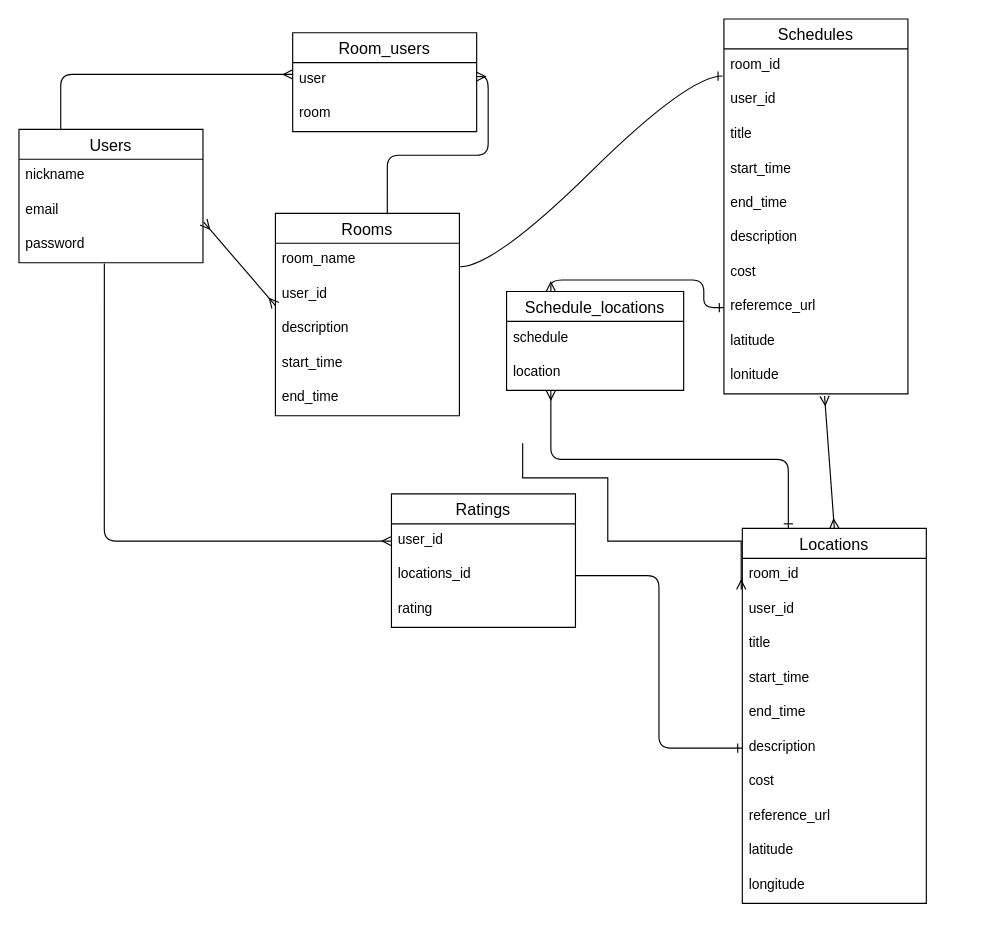
Before: er2.dio in m724tmy/ourtrip, a draw.io diagram. Source tidied: cells renumbered, new cells numbered last; positions are measured from the earlier drawing's top-left corner, leaving out a move shared by most shapes. Both pictures are drawn from the tidied source at 115%, with x=0, y=0 at pixel (18, 18).
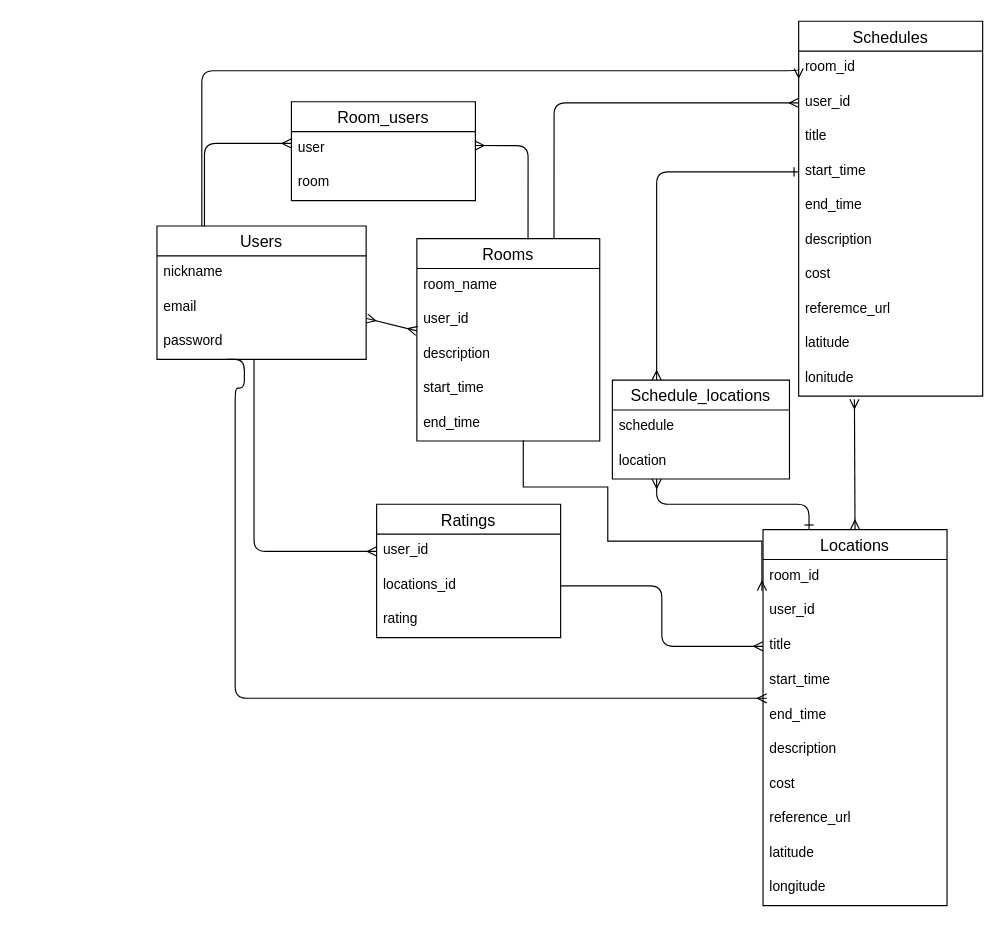
Above is the later version.

Unchanged cells that the change refers to:
```xml
<mxCell id="14" value="room_id" style="text;strokeColor=none;fillColor=none;spacingLeft=4;spacingRight=4;overflow=hidden;points=[[0,0.5],[1,0.5]];portConstraint=eastwest;fontSize=12;" parent="13" vertex="1">
  <mxGeometry y="26" width="160" height="30" as="geometry" />
</mxCell>
<mxCell id="25" value="room_id" style="text;strokeColor=none;fillColor=none;spacingLeft=4;spacingRight=4;overflow=hidden;points=[[0,0.5],[1,0.5]];portConstraint=eastwest;fontSize=12;" parent="24" vertex="1">
  <mxGeometry y="26" width="160" height="30" as="geometry" />
</mxCell>
<mxCell id="37" value="locations_id" style="text;strokeColor=none;fillColor=none;spacingLeft=4;spacingRight=4;overflow=hidden;points=[[0,0.5],[1,0.5]];portConstraint=eastwest;fontSize=12;" parent="35" vertex="1">
  <mxGeometry y="56" width="160" height="30" as="geometry" />
</mxCell>
```

What changed in the source:
```diff
@@
+    <mxCell id="23" style="edgeStyle=orthogonalEdgeStyle;html=1;exitX=0.25;exitY=0;exitDx=0;exitDy=0;entryX=0;entryY=0.5;entryDx=0;entryDy=0;endArrow=ERmany;endFill=0;" parent="1" edge="1" source="2" target="14">
+      <mxGeometry relative="1" as="geometry">
+        <Array as="points">
+          <mxPoint x="159" y="197" />
+          <mxPoint x="159" y="45" />
+        </Array>
+      </mxGeometry>
+    </mxCell>
     <mxCell id="2" value="Users" style="swimlane;fontStyle=0;horizontal=1;startSize=26;align=center;fontSize=14;" parent="1" vertex="1">
-      <mxGeometry y="96" width="160" height="116" as="geometry" />
+      <mxGeometry x="120" y="180" width="181.9" height="116" as="geometry" />
     </mxCell>
     <mxCell id="3" value="nickname&#10;" style="text;strokeColor=none;fillColor=none;spacingLeft=4;spacingRight=4;overflow=hidden;fontSize=12;" parent="2" vertex="1">
-      <mxGeometry y="26" width="160" height="30" as="geometry" />
+      <mxGeometry y="26" width="181.9" height="30" as="geometry" />
     </mxCell>
     <mxCell id="4" value="email" style="text;strokeColor=none;fillColor=none;spacingLeft=4;spacingRight=4;overflow=hidden;points=[[0,0.5],[1,0.5]];portConstraint=eastwest;fontSize=12;" parent="2" vertex="1">
-      <mxGeometry y="56" width="160" height="30" as="geometry" />
+      <mxGeometry y="56" width="181.9" height="30" as="geometry" />
     </mxCell>
     <mxCell id="5" value="password" style="text;strokeColor=none;fillColor=none;spacingLeft=4;spacingRight=4;overflow=hidden;points=[[0,0.5],[1,0.5]];portConstraint=eastwest;fontSize=12;" parent="2" vertex="1">
-      <mxGeometry y="86" width="160" height="30" as="geometry" />
+      <mxGeometry y="86" width="181.9" height="30" as="geometry" />
     </mxCell>
+    <mxCell id="55" style="edgeStyle=orthogonalEdgeStyle;html=1;exitX=0.75;exitY=0;exitDx=0;exitDy=0;endArrow=ERmany;endFill=0;" parent="1" edge="1" source="6" target="21">
+      <mxGeometry relative="1" as="geometry" />
+    </mxCell>
     <mxCell id="6" value="Rooms" style="swimlane;fontStyle=0;horizontal=1;startSize=26;align=center;fontSize=14;" parent="1" vertex="1">
-      <mxGeometry x="223" y="169" width="160" height="176" as="geometry" />
+      <mxGeometry x="346" y="191" width="159" height="176" as="geometry" />
     </mxCell>
     <mxCell id="7" value="room_name" style="text;strokeColor=none;fillColor=none;spacingLeft=4;spacingRight=4;overflow=hidden;points=[[0,0.5],[1,0.5]];portConstraint=eastwest;fontSize=12;" parent="6" vertex="1">
-      <mxGeometry y="26" width="160" height="30" as="geometry" />
+      <mxGeometry y="26" width="159" height="30" as="geometry" />
     </mxCell>
     <mxCell id="8" value="user_id" style="text;strokeColor=none;fillColor=none;spacingLeft=4;spacingRight=4;overflow=hidden;points=[[0,0.5],[1,0.5]];portConstraint=eastwest;fontSize=12;" parent="6" vertex="1">
-      <mxGeometry y="56" width="160" height="30" as="geometry" />
+      <mxGeometry y="56" width="159" height="30" as="geometry" />
     </mxCell>
     <mxCell id="9" value="description" style="text;strokeColor=none;fillColor=none;spacingLeft=4;spacingRight=4;overflow=hidden;fontSize=12;" parent="6" vertex="1">
-      <mxGeometry y="86" width="160" height="30" as="geometry" />
+      <mxGeometry y="86" width="159" height="30" as="geometry" />
     </mxCell>
-    <mxCell id="10" value="start_time" style="text;strokeColor=none;fillColor=none;spacingLeft=4;spacingRight=4;overflow=hidden;fontSize=12;" parent="6" vertex="1">
-      <mxGeometry y="116" width="160" height="30" as="geometry" />
-    </mxCell>
-    <mxCell id="11" value="end_time" style="text;strokeColor=none;fillColor=none;spacingLeft=4;spacingRight=4;overflow=hidden;fontSize=12;" parent="6" vertex="1">
-      <mxGeometry y="146" width="160" height="30" as="geometry" />
-    </mxCell>
+    <mxCell id="56" value="start_time" style="text;strokeColor=none;fillColor=none;spacingLeft=4;spacingRight=4;overflow=hidden;fontSize=12;" parent="6" vertex="1">
+      <mxGeometry y="116" width="159" height="30" as="geometry" />
+    </mxCell>
+    <mxCell id="57" value="end_time" style="text;strokeColor=none;fillColor=none;spacingLeft=4;spacingRight=4;overflow=hidden;points=[[0,0.5],[1,0.5]];portConstraint=eastwest;fontSize=12;" parent="6" vertex="1">
+      <mxGeometry y="146" width="159" height="30" as="geometry" />
+    </mxCell>
@@
     <mxCell id="13" value="Schedules" style="swimlane;fontStyle=0;horizontal=1;startSize=26;align=center;fontSize=14;" parent="1" vertex="1">
-      <mxGeometry x="613" width="160" height="326" as="geometry" />
+      <mxGeometry x="678" y="2" width="160" height="326" as="geometry" />
     </mxCell>
@@
-    <mxCell id="15" value="user_id" style="text;strokeColor=none;fillColor=none;spacingLeft=4;spacingRight=4;overflow=hidden;fontSize=12;" parent="13" vertex="1">
-      <mxGeometry y="56" width="160" height="30" as="geometry" />
-    </mxCell>
+    <mxCell id="21" value="user_id" style="text;strokeColor=none;fillColor=none;spacingLeft=4;spacingRight=4;overflow=hidden;points=[[0,0.5],[1,0.5]];portConstraint=eastwest;fontSize=12;" parent="13" vertex="1">
+      <mxGeometry y="56" width="160" height="30" as="geometry" />
+    </mxCell>
@@
+    <mxCell id="58" value="start_time" style="text;strokeColor=none;fillColor=none;spacingLeft=4;spacingRight=4;overflow=hidden;points=[[0,0.5],[1,0.5]];portConstraint=eastwest;fontSize=12;" parent="13" vertex="1">
+      <mxGeometry y="116" width="160" height="30" as="geometry" />
+    </mxCell>
+    <mxCell id="59" value="end_time" style="text;strokeColor=none;fillColor=none;spacingLeft=4;spacingRight=4;overflow=hidden;fontSize=12;" parent="13" vertex="1">
+      <mxGeometry y="146" width="160" height="30" as="geometry" />
+    </mxCell>
+    <mxCell id="19" value="description" style="text;strokeColor=none;fillColor=none;spacingLeft=4;spacingRight=4;overflow=hidden;fontSize=12;" parent="13" vertex="1">
+      <mxGeometry y="176" width="160" height="30" as="geometry" />
+    </mxCell>
-    <mxCell id="17" value="start_time" style="text;strokeColor=none;fillColor=none;spacingLeft=4;spacingRight=4;overflow=hidden;fontSize=12;" parent="13" vertex="1">
-      <mxGeometry y="116" width="160" height="30" as="geometry" />
+    <mxCell id="17" value="cost" style="text;strokeColor=none;fillColor=none;spacingLeft=4;spacingRight=4;overflow=hidden;fontSize=12;" parent="13" vertex="1">
+      <mxGeometry y="206" width="160" height="30" as="geometry" />
     </mxCell>
+    <mxCell id="60" value="referemce_url" style="text;strokeColor=none;fillColor=none;spacingLeft=4;spacingRight=4;overflow=hidden;fontSize=12;" parent="13" vertex="1">
+      <mxGeometry y="236" width="160" height="30" as="geometry" />
+    </mxCell>
-    <mxCell id="18" value="end_time" style="text;strokeColor=none;fillColor=none;spacingLeft=4;spacingRight=4;overflow=hidden;fontSize=12;" parent="13" vertex="1">
-      <mxGeometry y="146" width="160" height="30" as="geometry" />
+    <mxCell id="18" value="latitude" style="text;strokeColor=none;fillColor=none;spacingLeft=4;spacingRight=4;overflow=hidden;fontSize=12;" parent="13" vertex="1">
+      <mxGeometry y="266" width="160" height="30" as="geometry" />
     </mxCell>
-    <mxCell id="19" value="description" style="text;strokeColor=none;fillColor=none;spacingLeft=4;spacingRight=4;overflow=hidden;fontSize=12;" parent="13" vertex="1">
-      <mxGeometry y="176" width="160" height="30" as="geometry" />
-    </mxCell>
-    <mxCell id="20" value="cost" style="text;strokeColor=none;fillColor=none;spacingLeft=4;spacingRight=4;overflow=hidden;fontSize=12;" parent="13" vertex="1">
-      <mxGeometry y="206" width="160" height="30" as="geometry" />
-    </mxCell>
-    <mxCell id="21" value="referemce_url" style="text;strokeColor=none;fillColor=none;spacingLeft=4;spacingRight=4;overflow=hidden;points=[[0,0.5],[1,0.5]];portConstraint=eastwest;fontSize=12;" parent="13" vertex="1">
-      <mxGeometry y="236" width="160" height="30" as="geometry" />
-    </mxCell>
-    <mxCell id="22" value="latitude" style="text;strokeColor=none;fillColor=none;spacingLeft=4;spacingRight=4;overflow=hidden;fontSize=12;" parent="13" vertex="1">
-      <mxGeometry y="266" width="160" height="30" as="geometry" />
-    </mxCell>
-    <mxCell id="23" value="lonitude" style="text;strokeColor=none;fillColor=none;spacingLeft=4;spacingRight=4;overflow=hidden;points=[[0,0.5],[1,0.5]];portConstraint=eastwest;fontSize=12;" parent="13" vertex="1">
-      <mxGeometry y="296" width="160" height="30" as="geometry" />
-    </mxCell>
+    <mxCell id="61" value="lonitude" style="text;strokeColor=none;fillColor=none;spacingLeft=4;spacingRight=4;overflow=hidden;points=[[0,0.5],[1,0.5]];portConstraint=eastwest;fontSize=12;" parent="13" vertex="1">
+      <mxGeometry y="296" width="160" height="30" as="geometry" />
+    </mxCell>
     <mxCell id="24" value="Locations" style="swimlane;fontStyle=0;horizontal=1;startSize=26;align=center;fontSize=14;" parent="1" vertex="1">
-      <mxGeometry x="629" y="443" width="160" height="326" as="geometry" />
+      <mxGeometry x="647" y="444" width="160" height="327" as="geometry" />
     </mxCell>
@@
-    <mxCell id="26" value="user_id" style="text;strokeColor=none;fillColor=none;spacingLeft=4;spacingRight=4;overflow=hidden;fontSize=12;" parent="24" vertex="1">
-      <mxGeometry y="56" width="160" height="30" as="geometry" />
-    </mxCell>
+    <mxCell id="62" value="user_id" style="text;strokeColor=none;fillColor=none;spacingLeft=4;spacingRight=4;overflow=hidden;fontSize=12;" parent="24" vertex="1">
+      <mxGeometry y="56" width="160" height="30" as="geometry" />
+    </mxCell>
     <mxCell id="27" value="title" style="text;strokeColor=none;fillColor=none;spacingLeft=4;spacingRight=4;overflow=hidden;points=[[0,0.5],[1,0.5]];portConstraint=eastwest;fontSize=12;" parent="24" vertex="1">
-      <mxGeometry y="86" width="160" height="30" as="geometry" />
+      <mxGeometry y="86" width="160" height="31" as="geometry" />
     </mxCell>
-    <mxCell id="28" value="start_time" style="text;strokeColor=none;fillColor=none;spacingLeft=4;spacingRight=4;overflow=hidden;fontSize=12;" parent="24" vertex="1">
-      <mxGeometry y="116" width="160" height="30" as="geometry" />
-    </mxCell>
-    <mxCell id="29" value="end_time" style="text;strokeColor=none;fillColor=none;spacingLeft=4;spacingRight=4;overflow=hidden;fontSize=12;" parent="24" vertex="1">
-      <mxGeometry y="146" width="160" height="30" as="geometry" />
-    </mxCell>
+    <mxCell id="63" value="start_time" style="text;strokeColor=none;fillColor=none;spacingLeft=4;spacingRight=4;overflow=hidden;fontSize=12;" parent="24" vertex="1">
+      <mxGeometry y="117" width="160" height="30" as="geometry" />
+    </mxCell>
+    <mxCell id="64" value="end_time" style="text;strokeColor=none;fillColor=none;spacingLeft=4;spacingRight=4;overflow=hidden;points=[[0,0.5],[1,0.5]];portConstraint=eastwest;fontSize=12;" parent="24" vertex="1">
+      <mxGeometry y="147" width="160" height="30" as="geometry" />
+    </mxCell>
     <mxCell id="30" value="description" style="text;strokeColor=none;fillColor=none;spacingLeft=4;spacingRight=4;overflow=hidden;points=[[0,0.5],[1,0.5]];portConstraint=eastwest;fontSize=12;" parent="24" vertex="1">
-      <mxGeometry y="176" width="160" height="30" as="geometry" />
+      <mxGeometry y="177" width="160" height="30" as="geometry" />
     </mxCell>
-    <mxCell id="31" value="cost" style="text;strokeColor=none;fillColor=none;spacingLeft=4;spacingRight=4;overflow=hidden;fontSize=12;" parent="24" vertex="1">
-      <mxGeometry y="206" width="160" height="30" as="geometry" />
-    </mxCell>
+    <mxCell id="65" value="cost" style="text;strokeColor=none;fillColor=none;spacingLeft=4;spacingRight=4;overflow=hidden;fontSize=12;" parent="24" vertex="1">
+      <mxGeometry y="207" width="160" height="30" as="geometry" />
+    </mxCell>
     <mxCell id="32" value="reference_url" style="text;strokeColor=none;fillColor=none;spacingLeft=4;spacingRight=4;overflow=hidden;fontSize=12;" parent="24" vertex="1">
-      <mxGeometry y="236" width="160" height="30" as="geometry" />
+      <mxGeometry y="237" width="160" height="30" as="geometry" />
     </mxCell>
     <mxCell id="33" value="latitude" style="text;strokeColor=none;fillColor=none;spacingLeft=4;spacingRight=4;overflow=hidden;fontSize=12;" parent="24" vertex="1">
-      <mxGeometry y="266" width="160" height="30" as="geometry" />
+      <mxGeometry y="267" width="160" height="30" as="geometry" />
     </mxCell>
     <mxCell id="34" value="longitude" style="text;strokeColor=none;fillColor=none;spacingLeft=4;spacingRight=4;overflow=hidden;fontSize=12;" parent="24" vertex="1">
-      <mxGeometry y="296" width="160" height="30" as="geometry" />
+      <mxGeometry y="297" width="160" height="30" as="geometry" />
     </mxCell>
     <mxCell id="35" value="Ratings" style="swimlane;fontStyle=0;horizontal=1;startSize=26;align=center;fontSize=14;" parent="1" vertex="1">
-      <mxGeometry x="323.9" y="413" width="160" height="116" as="geometry" />
+      <mxGeometry x="311" y="422" width="160" height="116" as="geometry" />
     </mxCell>
@@
-    <mxCell id="40" style="edgeStyle=entityRelationEdgeStyle;fontSize=12;html=1;endArrow=ERone;curved=1;exitX=1.003;exitY=0.681;exitDx=0;exitDy=0;exitPerimeter=0;entryX=-0.007;entryY=0.787;entryDx=0;entryDy=0;entryPerimeter=0;endFill=0;" parent="1" edge="1" source="7" target="14">
-      <mxGeometry relative="1" as="geometry" />
+    <mxCell id="40" style="edgeStyle=orthogonalEdgeStyle;fontSize=12;html=1;endArrow=ERone;entryX=-0.007;entryY=0.787;entryDx=0;entryDy=0;entryPerimeter=0;endFill=0;strokeColor=none;" parent="1" edge="1" target="14">
+      <mxGeometry relative="1" as="geometry">
+        <mxPoint x="481" y="165" as="sourcePoint" />
+        <Array as="points">
+          <mxPoint x="506" y="115" />
+          <mxPoint x="592" y="115" />
+          <mxPoint x="592" y="52" />
+        </Array>
+      </mxGeometry>
     </mxCell>
-    <mxCell id="41" style="edgeStyle=orthogonalEdgeStyle;rounded=1;html=1;exitX=1;exitY=0.5;exitDx=0;exitDy=0;entryX=0;entryY=0.5;entryDx=0;entryDy=0;endArrow=ERone;endFill=0;" parent="1" edge="1" source="37" target="30">
+    <mxCell id="41" style="edgeStyle=orthogonalEdgeStyle;rounded=1;html=1;exitX=1;exitY=0.5;exitDx=0;exitDy=0;endArrow=ERmany;endFill=0;entryX=0;entryY=0.5;entryDx=0;entryDy=0;" parent="1" edge="1" source="37" target="27">
       <mxGeometry relative="1" as="geometry" />
     </mxCell>
     <mxCell id="42" value="Room_users" style="swimlane;fontStyle=0;horizontal=1;startSize=26;align=center;fontSize=14;" parent="1" vertex="1">
-      <mxGeometry x="238" y="12" width="160" height="86" as="geometry" />
+      <mxGeometry x="236.9" y="72" width="160" height="86" as="geometry" />
     </mxCell>
@@
-    <mxCell id="48" style="edgeStyle=orthogonalEdgeStyle;html=1;exitX=0.25;exitY=0;exitDx=0;exitDy=0;entryX=0;entryY=0.5;entryDx=0;entryDy=0;startArrow=ERmany;startFill=0;endArrow=ERone;endFill=0;" parent="1" edge="1" source="50" target="21">
+    <mxCell id="48" style="edgeStyle=orthogonalEdgeStyle;html=1;exitX=0.25;exitY=0;exitDx=0;exitDy=0;entryX=0;entryY=0.5;entryDx=0;entryDy=0;startArrow=ERmany;startFill=0;endArrow=ERone;endFill=0;" parent="1" edge="1" source="50" target="58">
       <mxGeometry relative="1" as="geometry" />
     </mxCell>
@@
     <mxCell id="50" value="Schedule_locations" style="swimlane;fontStyle=0;horizontal=1;startSize=26;align=center;fontSize=14;" parent="1" vertex="1">
-      <mxGeometry x="424" y="237" width="154" height="86" as="geometry" />
+      <mxGeometry x="516" y="314" width="154" height="86" as="geometry" />
     </mxCell>
@@
-    <mxCell id="53" style="fontSize=12;html=1;endArrow=ERmany;startArrow=ERmany;exitX=0.5;exitY=0;exitDx=0;exitDy=0;entryX=0.547;entryY=1.063;entryDx=0;entryDy=0;entryPerimeter=0;" parent="1" edge="1" source="24" target="23">
+    <mxCell id="53" style="fontSize=12;html=1;endArrow=ERmany;startArrow=ERmany;exitX=0.5;exitY=0;exitDx=0;exitDy=0;entryX=0.303;entryY=1.087;entryDx=0;entryDy=0;entryPerimeter=0;" parent="1" edge="1" source="24" target="61">
       <mxGeometry relative="1" as="geometry" />
     </mxCell>
-    <mxCell id="54" style="endArrow=ERmany;html=1;rounded=0;edgeStyle=orthogonalEdgeStyle;endFill=0;entryX=-0.006;entryY=0.904;entryDx=0;entryDy=0;entryPerimeter=0;" parent="1" edge="1" target="25">
+    <mxCell id="54" style="endArrow=ERmany;html=1;rounded=0;edgeStyle=orthogonalEdgeStyle;endFill=0;entryX=-0.006;entryY=0.904;entryDx=0;entryDy=0;entryPerimeter=0;exitX=0.582;exitY=0.977;exitDx=0;exitDy=0;exitPerimeter=0;" parent="1" edge="1" source="57" target="25">
       <mxGeometry relative="1" as="geometry">
-        <mxPoint x="438" y="369" as="sourcePoint" />
         <Array as="points">
-          <mxPoint x="438" y="399" />
-          <mxPoint x="512" y="399" />
+          <mxPoint x="439" y="407" />
+          <mxPoint x="512" y="407" />
           <mxPoint x="512" y="454" />
         </Array>
       </mxGeometry>
     </mxCell>
+    <mxCell id="66" style="edgeStyle=orthogonalEdgeStyle;html=1;endArrow=ERmany;endFill=0;exitX=0.332;exitY=1;exitDx=0;exitDy=0;exitPerimeter=0;entryX=0.02;entryY=-0.01;entryDx=0;entryDy=0;entryPerimeter=0;" parent="1" edge="1" source="5" target="64">
+      <mxGeometry relative="1" as="geometry">
+        <Array as="points">
+          <mxPoint x="196" y="296" />
+          <mxPoint x="196" y="321" />
+          <mxPoint x="188" y="321" />
+          <mxPoint x="188" y="591" />
+        </Array>
+      </mxGeometry>
+    </mxCell>
```
